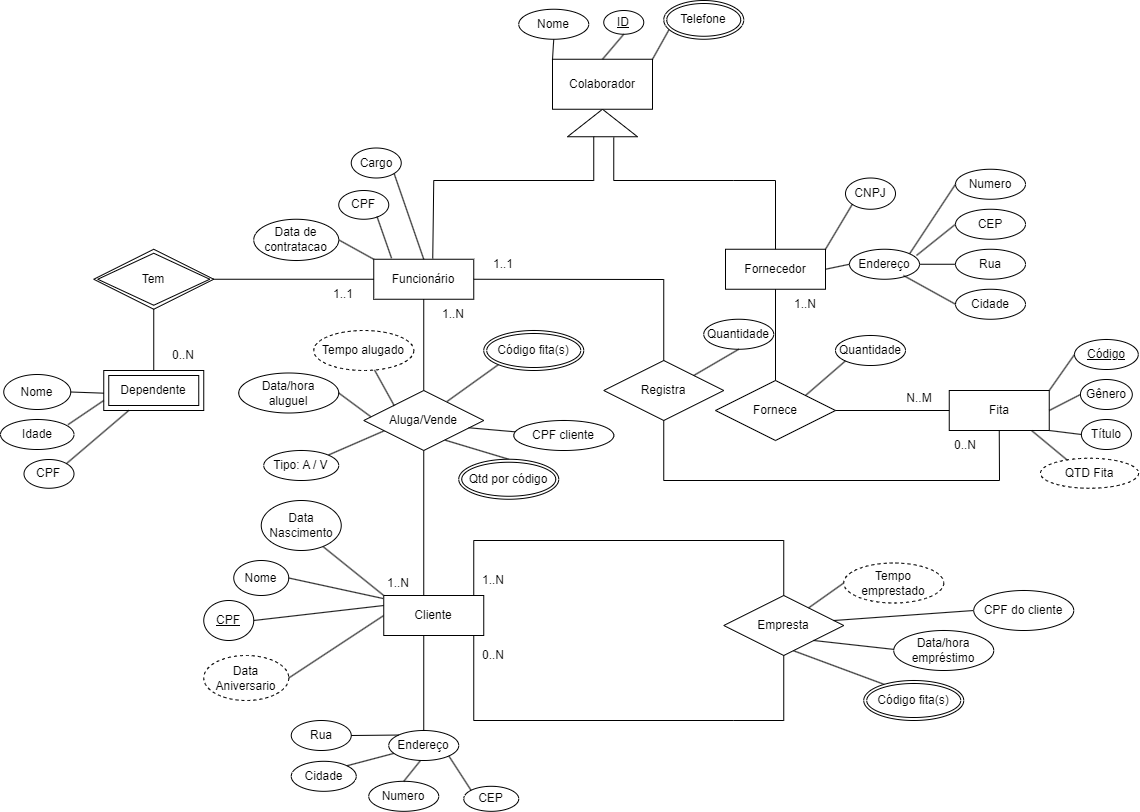
This is Database Diagram.drawio.png from ivanalves-t/DataBaseMER, a draw.io export, as it was before one commit. Source tidied: cells renumbered, new cells last; positions are measured from the earlier drawing's top-left corner, leaving out a move shared by most shapes.
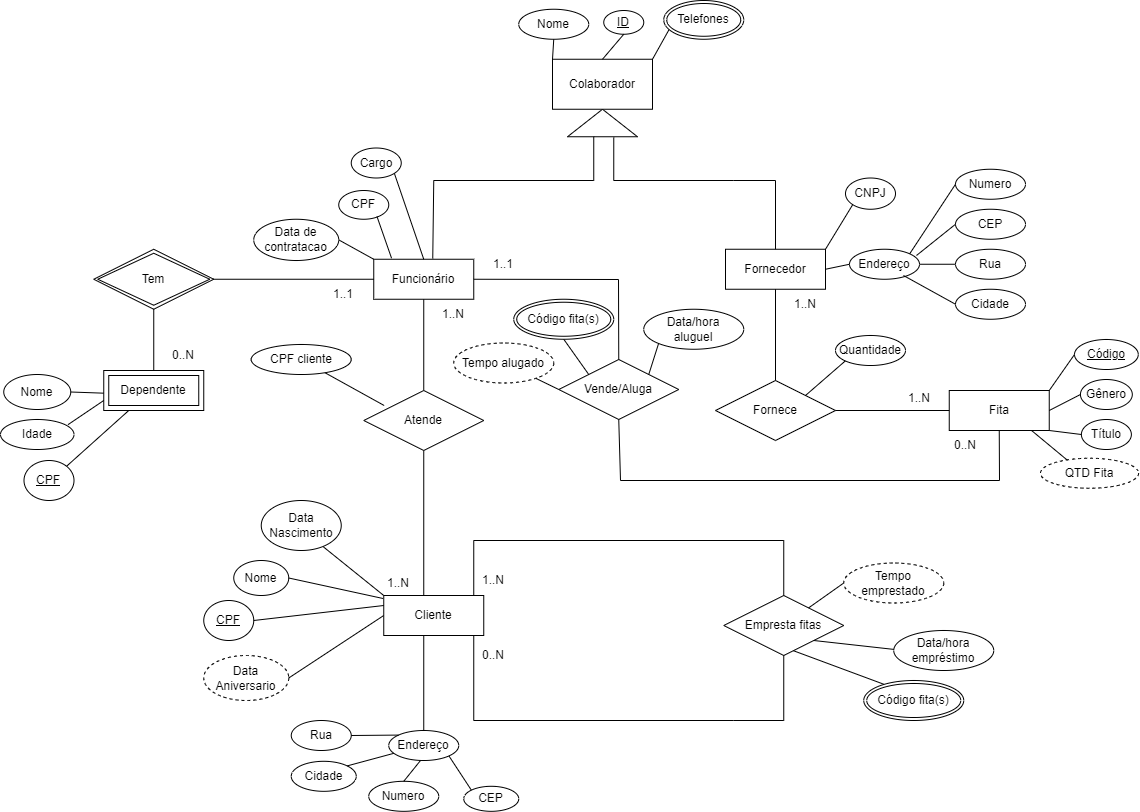
Above is the later version.

Commit message:
MudancaDiagrama01 - Leonardo

Change to the diagram source:
```diff
@@ -176,25 +176,25 @@
     <mxCell id="55" style="endArrow=none;html=1;rounded=0;exitX=1;exitY=0.5;exitDx=0;exitDy=0;entryX=0;entryY=0.5;entryDx=0;entryDy=0;" parent="1" edge="1" source="53" target="8">
       <mxGeometry relative="1" as="geometry" />
     </mxCell>
-    <mxCell id="56" value="Registra" style="shape=rhombus;perimeter=rhombusPerimeter;whiteSpace=wrap;html=1;align=center;" parent="1" vertex="1">
-      <mxGeometry x="603.2" y="360" width="120" height="60" as="geometry" />
+    <mxCell id="56" value="Vende/Aluga" style="shape=rhombus;perimeter=rhombusPerimeter;whiteSpace=wrap;html=1;align=center;" parent="1" vertex="1">
+      <mxGeometry x="558.2" y="359" width="120" height="60" as="geometry" />
     </mxCell>
     <mxCell id="57" style="endArrow=none;html=1;rounded=0;exitX=1;exitY=0.5;exitDx=0;exitDy=0;entryX=0.5;entryY=0;entryDx=0;entryDy=0;" parent="1" edge="1" source="5" target="56">
       <mxGeometry relative="1" as="geometry">
         <Array as="points">
-          <mxPoint x="663.2" y="279" />
+          <mxPoint x="618" y="279" />
         </Array>
       </mxGeometry>
     </mxCell>
     <mxCell id="58" style="endArrow=none;html=1;rounded=0;exitX=0.5;exitY=1;exitDx=0;exitDy=0;entryX=0.5;entryY=1;entryDx=0;entryDy=0;" parent="1" edge="1" source="56" target="8">
       <mxGeometry relative="1" as="geometry">
         <Array as="points">
-          <mxPoint x="663.2" y="480" />
+          <mxPoint x="620" y="480" />
           <mxPoint x="999" y="480" />
         </Array>
       </mxGeometry>
     </mxCell>
-    <mxCell id="59" value="Empresta" style="shape=rhombus;perimeter=rhombusPerimeter;whiteSpace=wrap;html=1;align=center;" parent="1" vertex="1">
+    <mxCell id="59" value="Empresta fitas" style="shape=rhombus;perimeter=rhombusPerimeter;whiteSpace=wrap;html=1;align=center;" parent="1" vertex="1">
       <mxGeometry x="723.2" y="595" width="120" height="60" as="geometry" />
     </mxCell>
     <mxCell id="60" style="endArrow=none;html=1;rounded=0;exitX=0.9;exitY=0;exitDx=0;exitDy=0;entryX=0.5;entryY=0;entryDx=0;entryDy=0;exitPerimeter=0;" parent="1" edge="1" source="67" target="59">
@@ -224,7 +224,7 @@
     <mxCell id="64" value="&lt;u&gt;CPF&lt;/u&gt;" style="ellipse;whiteSpace=wrap;html=1;align=center;rotation=0;" parent="1" vertex="1">
       <mxGeometry x="203.2" y="600" width="50" height="40" as="geometry" />
     </mxCell>
-    <mxCell id="65" value="Telefone" style="ellipse;shape=doubleEllipse;margin=3;whiteSpace=wrap;html=1;align=center;" parent="1" vertex="1">
+    <mxCell id="65" value="Telefones" style="ellipse;shape=doubleEllipse;margin=3;whiteSpace=wrap;html=1;align=center;" parent="1" vertex="1">
       <mxGeometry x="663.2" width="80" height="38.8" as="geometry" />
     </mxCell>
     <mxCell id="66" style="endArrow=none;html=1;rounded=0;entryX=0;entryY=0.375;entryDx=0;entryDy=0;exitX=0.59;exitY=-0.019;exitDx=0;exitDy=0;exitPerimeter=0;entryPerimeter=0;" parent="1" edge="1" source="5" target="2">
@@ -238,7 +238,7 @@
     <mxCell id="67" value="Cliente" style="whiteSpace=wrap;html=1;align=center;" parent="1" vertex="1">
       <mxGeometry x="383.2" y="595" width="100" height="40" as="geometry" />
     </mxCell>
-    <mxCell id="68" value="Aluga/Vende" style="shape=rhombus;perimeter=rhombusPerimeter;whiteSpace=wrap;html=1;align=center;" parent="1" vertex="1">
+    <mxCell id="68" value="Atende" style="shape=rhombus;perimeter=rhombusPerimeter;whiteSpace=wrap;html=1;align=center;" parent="1" vertex="1">
       <mxGeometry x="363.2" y="390" width="120" height="60" as="geometry" />
     </mxCell>
     <mxCell id="69" value="Tem" style="shape=rhombus;double=1;perimeter=rhombusPerimeter;whiteSpace=wrap;html=1;align=center;" parent="1" vertex="1">
@@ -275,60 +275,45 @@
       <mxGeometry relative="1" as="geometry" />
     </mxCell>
     <mxCell id="80" value="Tempo alugado" style="ellipse;whiteSpace=wrap;html=1;align=center;dashed=1;" parent="1" vertex="1">
-      <mxGeometry x="313.2" y="330" width="100" height="40" as="geometry" />
+      <mxGeometry x="453.2" y="342.5" width="100" height="40" as="geometry" />
     </mxCell>
     <mxCell id="81" value="Data/hora empréstimo" style="ellipse;whiteSpace=wrap;html=1;align=center;" parent="1" vertex="1">
       <mxGeometry x="893.2" y="630" width="100" height="40" as="geometry" />
     </mxCell>
-    <mxCell id="82" style="endArrow=none;html=1;rounded=0;entryX=0.254;entryY=0.253;entryDx=0;entryDy=0;entryPerimeter=0;" parent="1" edge="1" source="80" target="68">
+    <mxCell id="82" style="endArrow=none;html=1;rounded=0;entryX=0;entryY=0.5;entryDx=0;entryDy=0;" parent="1" edge="1" source="80" target="56">
       <mxGeometry relative="1" as="geometry" />
     </mxCell>
     <mxCell id="83" value="Data/hora&lt;div&gt;aluguel&lt;/div&gt;" style="ellipse;whiteSpace=wrap;html=1;align=center;" parent="1" vertex="1">
-      <mxGeometry x="238.2" y="372.5" width="100" height="40" as="geometry" />
+      <mxGeometry x="643.2" y="308.8" width="100" height="40" as="geometry" />
     </mxCell>
-    <mxCell id="84" style="endArrow=none;html=1;rounded=0;exitX=1;exitY=0.5;exitDx=0;exitDy=0;entryX=0.059;entryY=0.437;entryDx=0;entryDy=0;entryPerimeter=0;" parent="1" edge="1" source="83" target="68">
+    <mxCell id="84" style="endArrow=none;html=1;rounded=0;exitX=0;exitY=1;exitDx=0;exitDy=0;entryX=1;entryY=0;entryDx=0;entryDy=0;" parent="1" edge="1" source="83" target="56">
       <mxGeometry relative="1" as="geometry" />
     </mxCell>
     <mxCell id="85" style="endArrow=none;html=1;rounded=0;exitX=1;exitY=0.5;exitDx=0;exitDy=0;entryX=0;entryY=0.25;entryDx=0;entryDy=0;" parent="1" edge="1" source="64" target="67">
       <mxGeometry relative="1" as="geometry" />
     </mxCell>
-    <mxCell id="86" style="endArrow=none;html=1;rounded=0;exitX=0.694;exitY=0.183;exitDx=0;exitDy=0;exitPerimeter=0;entryX=0;entryY=1;entryDx=0;entryDy=0;" parent="1" edge="1" source="68" target="92">
+    <mxCell id="86" style="endArrow=none;html=1;rounded=0;exitX=0;exitY=0;exitDx=0;exitDy=0;entryX=0.5;entryY=1;entryDx=0;entryDy=0;" parent="1" edge="1" source="56" target="92">
       <mxGeometry relative="1" as="geometry" />
     </mxCell>
-    <mxCell id="87" style="endArrow=none;html=1;rounded=0;exitX=0.874;exitY=0.621;exitDx=0;exitDy=0;exitPerimeter=0;" parent="1" edge="1" source="68" target="88">
+    <mxCell id="87" style="endArrow=none;html=1;rounded=0;exitX=0.17;exitY=0.25;exitDx=0;exitDy=0;exitPerimeter=0;" parent="1" edge="1" source="68" target="88">
       <mxGeometry relative="1" as="geometry" />
     </mxCell>
     <mxCell id="88" value="CPF cliente" style="ellipse;whiteSpace=wrap;html=1;align=center;" parent="1" vertex="1">
-      <mxGeometry x="513.2" y="420" width="100" height="30" as="geometry" />
+      <mxGeometry x="250.8" y="344" width="100" height="30" as="geometry" />
     </mxCell>
     <mxCell id="89" style="endArrow=none;html=1;rounded=0;exitX=0.583;exitY=0.922;exitDx=0;exitDy=0;exitPerimeter=0;entryX=0.201;entryY=0.094;entryDx=0;entryDy=0;entryPerimeter=0;" parent="1" edge="1" source="59" target="93">
       <mxGeometry relative="1" as="geometry" />
     </mxCell>
-    <mxCell id="90" style="endArrow=none;html=1;rounded=0;exitX=0.916;exitY=0.417;exitDx=0;exitDy=0;exitPerimeter=0;entryX=0;entryY=0.5;entryDx=0;entryDy=0;" parent="1" edge="1" source="59" target="91">
-      <mxGeometry relative="1" as="geometry" />
-    </mxCell>
-    <mxCell id="91" value="CPF do cliente" style="ellipse;whiteSpace=wrap;html=1;align=center;" parent="1" vertex="1">
-      <mxGeometry x="973.2" y="590" width="100" height="40" as="geometry" />
-    </mxCell>
     <mxCell id="92" value="Código fita(s)" style="ellipse;shape=doubleEllipse;margin=3;whiteSpace=wrap;html=1;align=center;" parent="1" vertex="1">
-      <mxGeometry x="483.2" y="330" width="100" height="40" as="geometry" />
+      <mxGeometry x="513.2" y="298.8" width="100" height="40" as="geometry" />
     </mxCell>
     <mxCell id="93" value="Código fita(s)" style="ellipse;shape=doubleEllipse;margin=3;whiteSpace=wrap;html=1;align=center;" parent="1" vertex="1">
       <mxGeometry x="863.2" y="680" width="100" height="40" as="geometry" />
     </mxCell>
-    <mxCell id="94" style="endArrow=none;html=1;rounded=0;entryX=0.17;entryY=0.672;entryDx=0;entryDy=0;entryPerimeter=0;exitX=1;exitY=0;exitDx=0;exitDy=0;" parent="1" edge="1" source="95" target="68">
-      <mxGeometry relative="1" as="geometry" />
-    </mxCell>
-    <mxCell id="95" value="Tipo: A / V" style="ellipse;whiteSpace=wrap;html=1;align=center;" parent="1" vertex="1">
-      <mxGeometry x="263.2" y="450" width="75" height="30" as="geometry" />
-    </mxCell>
-    <mxCell id="96" value="CPF" style="ellipse;whiteSpace=wrap;html=1;align=center;" parent="1" vertex="1">
-      <mxGeometry x="23.5" y="459" width="50" height="28.8" as="geometry" />
-    </mxCell>
     <mxCell id="97" style="endArrow=none;html=1;rounded=0;exitX=1;exitY=0;exitDx=0;exitDy=0;entryX=0.25;entryY=1;entryDx=0;entryDy=0;" parent="1" edge="1" source="96" target="71">
       <mxGeometry relative="1" as="geometry" />
     </mxCell>
-    <mxCell id="98" value="N..M" style="text;html=1;align=center;verticalAlign=middle;whiteSpace=wrap;rounded=0;" parent="1" vertex="1">
+    <mxCell id="98" value="1..N" style="text;html=1;align=center;verticalAlign=middle;whiteSpace=wrap;rounded=0;" parent="1" vertex="1">
       <mxGeometry x="888.8" y="382.5" width="60" height="30" as="geometry" />
     </mxCell>
     <mxCell id="99" value="1..N" style="text;html=1;align=center;verticalAlign=middle;whiteSpace=wrap;rounded=0;" parent="1" vertex="1">
@@ -361,26 +346,17 @@
     <mxCell id="108" value="Quantidade" style="ellipse;whiteSpace=wrap;html=1;align=center;" parent="1" vertex="1">
       <mxGeometry x="835" y="335" width="70" height="30" as="geometry" />
     </mxCell>
-    <mxCell id="109" value="Quantidade" style="ellipse;whiteSpace=wrap;html=1;align=center;" parent="1" vertex="1">
-      <mxGeometry x="703.2" y="318.8" width="70" height="30" as="geometry" />
-    </mxCell>
     <mxCell id="110" style="endArrow=none;html=1;rounded=0;exitX=1;exitY=0;exitDx=0;exitDy=0;entryX=0;entryY=1;entryDx=0;entryDy=0;" parent="1" edge="1" source="53" target="108">
       <mxGeometry relative="1" as="geometry" />
     </mxCell>
-    <mxCell id="111" style="endArrow=none;html=1;rounded=0;exitX=1;exitY=0;exitDx=0;exitDy=0;entryX=0.5;entryY=1;entryDx=0;entryDy=0;" parent="1" edge="1" source="56" target="109">
-      <mxGeometry relative="1" as="geometry" />
-    </mxCell>
     <mxCell id="112" style="endArrow=none;html=1;rounded=0;exitX=0.826;exitY=1.006;exitDx=0;exitDy=0;exitPerimeter=0;entryX=0.272;entryY=0.06;entryDx=0;entryDy=0;entryPerimeter=0;" parent="1" edge="1" source="8" target="113">
       <mxGeometry relative="1" as="geometry" />
     </mxCell>
     <mxCell id="113" value="QTD Fita" style="ellipse;whiteSpace=wrap;html=1;align=center;dashed=1;" parent="1" vertex="1">
       <mxGeometry x="1040" y="457.8" width="98.1" height="30" as="geometry" />
     </mxCell>
-    <mxCell id="114" style="endArrow=none;html=1;rounded=0;exitX=0.676;exitY=0.826;exitDx=0;exitDy=0;exitPerimeter=0;entryX=0.5;entryY=0;entryDx=0;entryDy=0;" parent="1" edge="1" source="68" target="115">
-      <mxGeometry relative="1" as="geometry" />
-    </mxCell>
-    <mxCell id="115" value="Qtd por código" style="ellipse;shape=doubleEllipse;margin=3;whiteSpace=wrap;html=1;align=center;" parent="1" vertex="1">
-      <mxGeometry x="458.2" y="458.8" width="100" height="40" as="geometry" />
-    </mxCell>
+    <mxCell id="96" value="&lt;u&gt;CPF&lt;/u&gt;" style="ellipse;whiteSpace=wrap;html=1;align=center;rotation=0;" parent="1" vertex="1">
+      <mxGeometry x="23.5" y="460" width="50" height="40" as="geometry" />
+    </mxCell>
   </root>
 </mxGraphModel>
```
